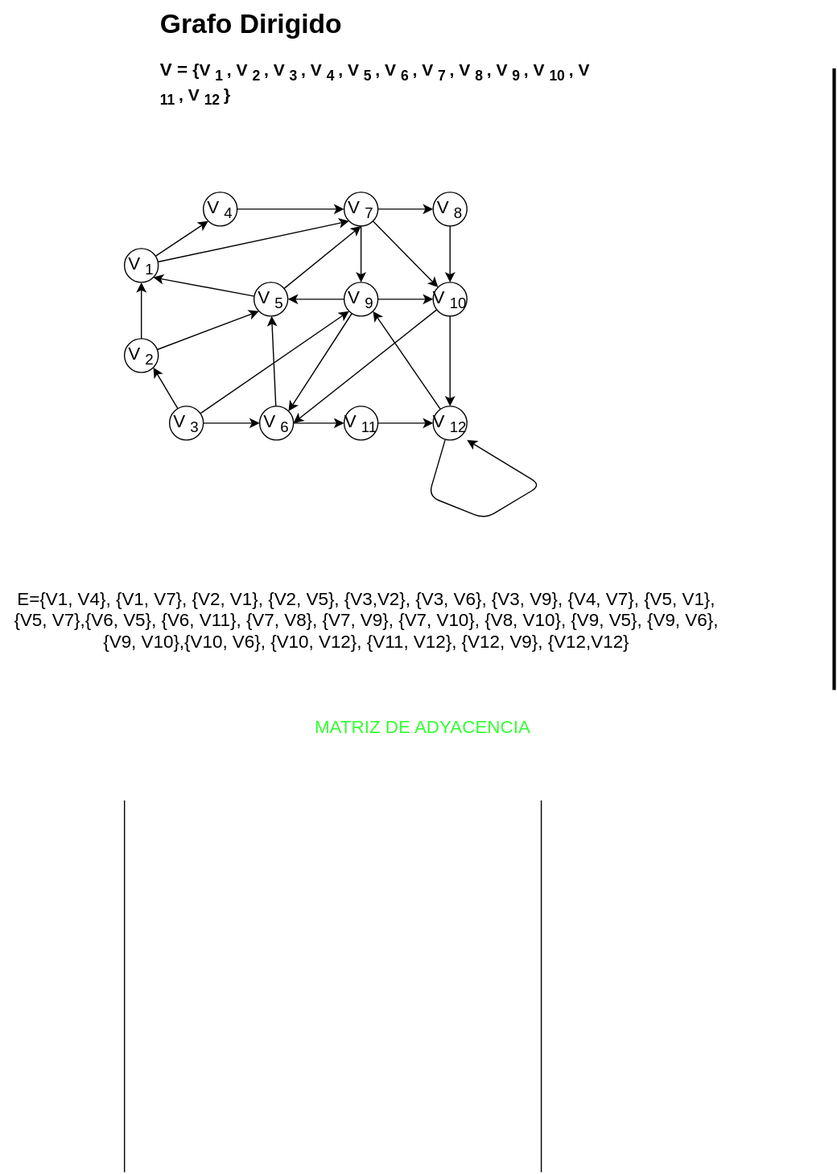
Nordcode-cyber/Algoritmos-Estructdatos keeps this draw.io diagram as Estructura-de-datos/Grafos/Ejercicio-grafosdir.drawio.svg. Above is the earlier version. Source tidied: cells renumbered, new cells last; positions are measured from the earlier drawing's top-left corner, leaving out a move shared by most shapes.
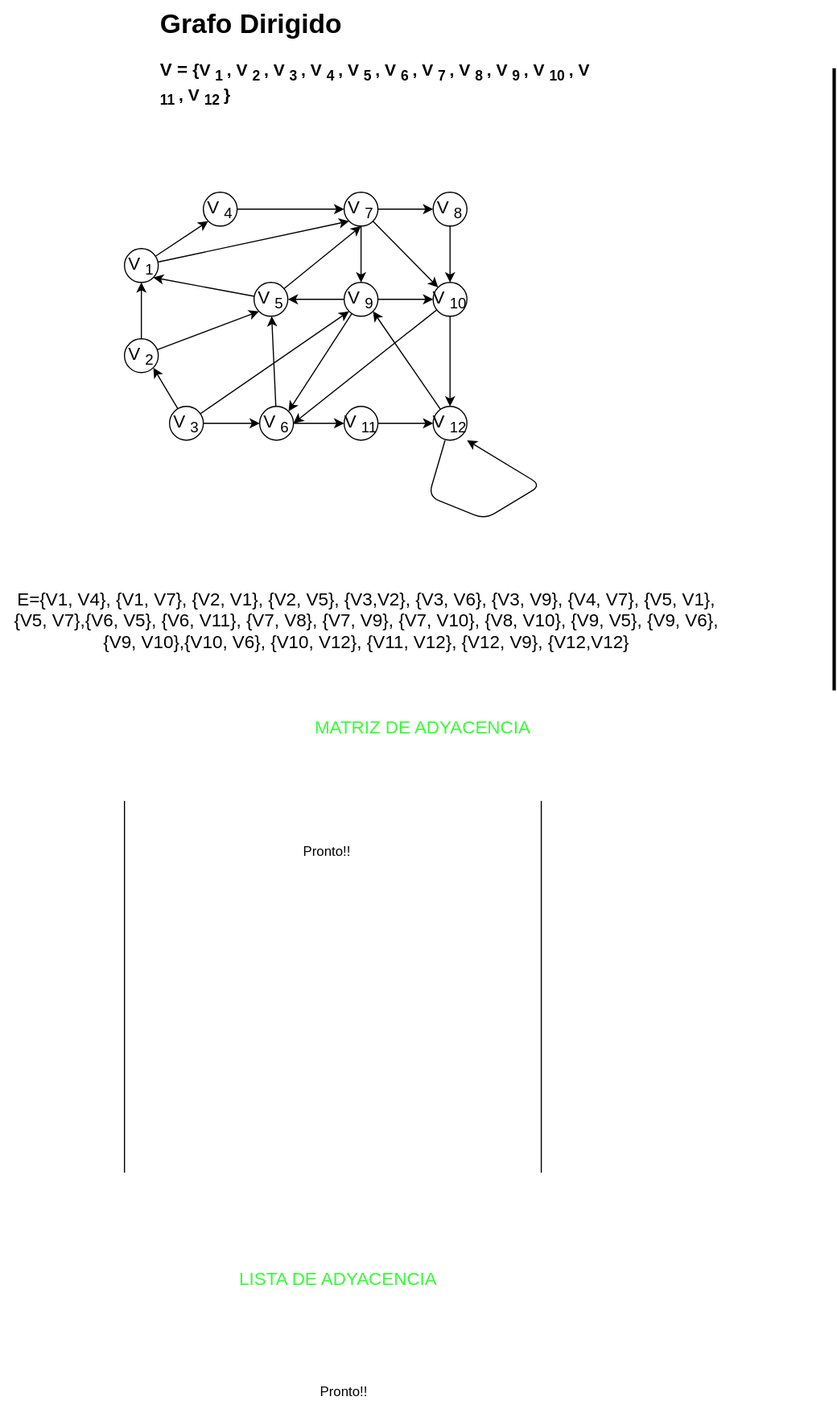
The same diagram one commit later.

Change to the diagram source:
```diff
@@ -1,4 +1,4 @@
-<mxGraphModel>
+<mxGraphModel background="light-dark(#FFFFFF,#121212)">
   <root>
     <mxCell id="0" />
     <mxCell id="1" parent="0" />
@@ -179,5 +179,14 @@
         <mxPoint x="480" y="710" as="targetPoint" />
       </mxGeometry>
     </mxCell>
+    <mxCell id="56" value="Pronto!!" style="text;html=1;whiteSpace=wrap;strokeColor=none;fillColor=none;align=center;verticalAlign=middle;rounded=0;" parent="1" vertex="1">
+      <mxGeometry x="260" y="740" width="60" height="30" as="geometry" />
+    </mxCell>
+    <mxCell id="57" value="&lt;font&gt;&lt;span style=&quot;font-size: 16px; color: light-dark(rgb(51, 255, 51), rgb(255, 0, 0));&quot;&gt;LISTA DE ADYACENCIA&lt;/span&gt;&lt;/font&gt;" style="text;html=1;whiteSpace=wrap;strokeColor=none;fillColor=none;align=center;verticalAlign=middle;rounded=0;" parent="1" vertex="1">
+      <mxGeometry x="150" y="1119" width="300" height="30" as="geometry" />
+    </mxCell>
+    <mxCell id="58" value="Pronto!!" style="text;html=1;whiteSpace=wrap;strokeColor=none;fillColor=none;align=center;verticalAlign=middle;rounded=0;" parent="1" vertex="1">
+      <mxGeometry x="275" y="1220" width="60" height="30" as="geometry" />
+    </mxCell>
   </root>
 </mxGraphModel>
```
